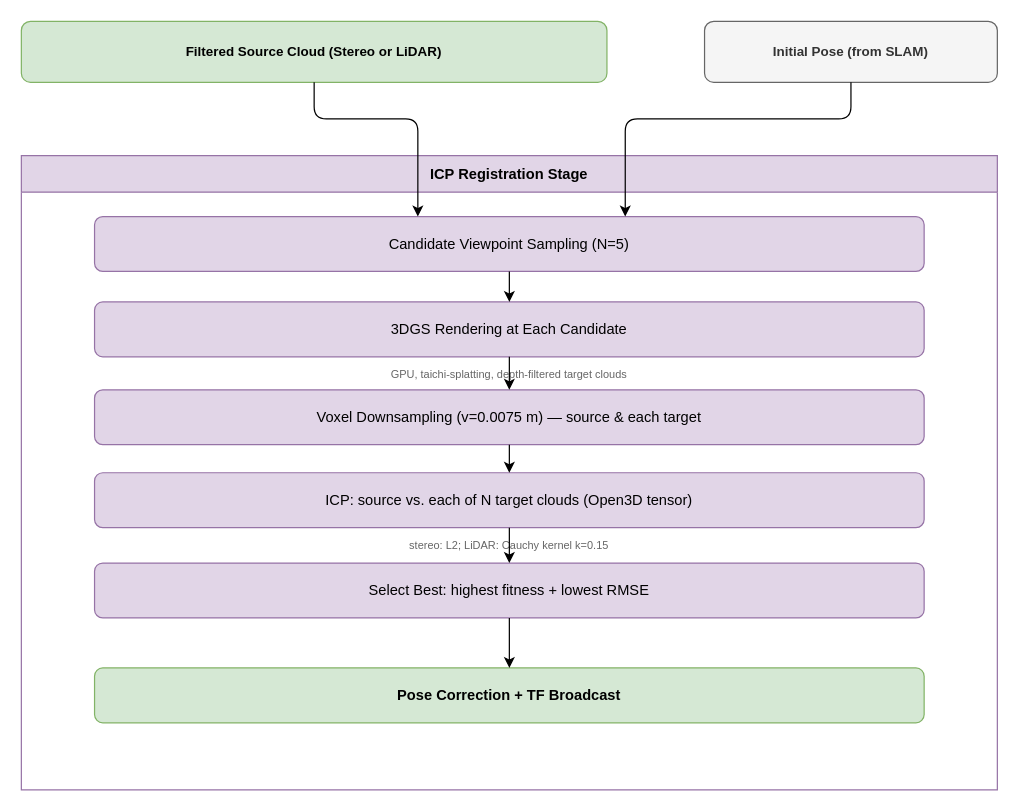
philipStenger/masters-thesis keeps this draw.io diagram as 4-precise-alignment/4-methodology/figures/pa-pipeline-icp.drawio. Above is the earlier version. Source tidied: cells renumbered, new cells numbered last; positions are measured from the earlier drawing's top-left corner, leaving out a move shared by most shapes. Both pictures are drawn from the tidied source at 122%, with x=0, y=0 at pixel (21, 21).
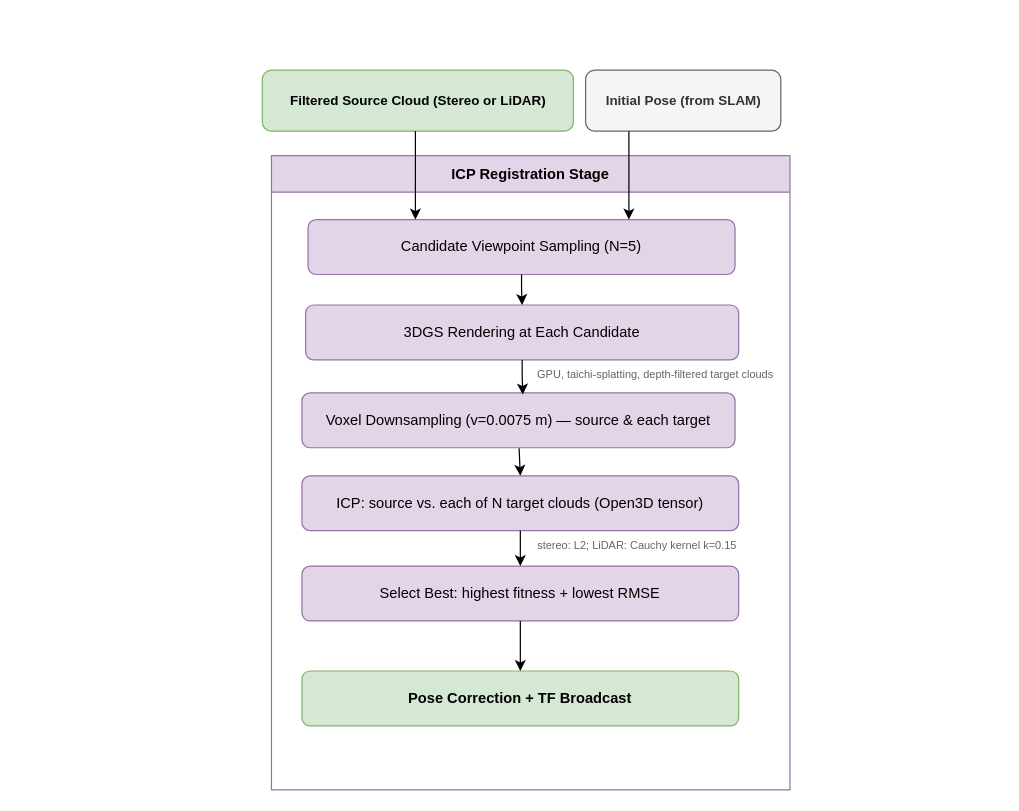
After the change.

What changed in the source:
```diff
@@
     <mxCell id="2" value="Filtered Source Cloud (Stereo or LiDAR)" style="rounded=1;whiteSpace=wrap;html=1;fillColor=#d5e8d4;strokeColor=#82b366;fontStyle=1;fontSize=11;" parent="1" vertex="1">
-      <mxGeometry width="480" height="50" as="geometry" />
+      <mxGeometry x="197.5" y="40" width="255" height="50" as="geometry" />
     </mxCell>
     <mxCell id="3" value="Initial Pose (from SLAM)" style="rounded=1;whiteSpace=wrap;html=1;fillColor=#f5f5f5;strokeColor=#666666;fontColor=#333333;fontStyle=1;fontSize=11;" parent="1" vertex="1">
-      <mxGeometry x="560" width="240" height="50" as="geometry" />
+      <mxGeometry x="462.5" y="40" width="160" height="50" as="geometry" />
     </mxCell>
     <mxCell id="4" value="ICP Registration Stage" style="swimlane;startSize=30;fillColor=#e1d5e7;strokeColor=#9673a6;fontStyle=1;fontSize=12;" parent="1" vertex="1">
-      <mxGeometry y="110" width="800" height="520" as="geometry" />
+      <mxGeometry x="205" y="110" width="425" height="520" as="geometry" />
     </mxCell>
+    <mxCell id="7" value="GPU, taichi-splatting, depth-filtered target clouds" style="text;html=1;align=center;verticalAlign=top;whiteSpace=wrap;rounded=0;fontSize=9;fontColor=#666666;" parent="4" vertex="1">
+      <mxGeometry x="60" y="168" width="510" height="16" as="geometry" />
+    </mxCell>
+    <mxCell id="10" value="stereo: L2; LiDAR: Cauchy kernel k=0.15" style="text;html=1;align=center;verticalAlign=top;whiteSpace=wrap;rounded=0;fontSize=9;fontColor=#666666;" parent="4" vertex="1">
+      <mxGeometry x="60" y="308" width="480" height="16" as="geometry" />
+    </mxCell>
     <mxCell id="5" value="Candidate Viewpoint Sampling (N=5)" style="rounded=1;whiteSpace=wrap;html=1;fillColor=#e1d5e7;strokeColor=#9673a6;" parent="4" vertex="1">
-      <mxGeometry x="60" y="50" width="680" height="45" as="geometry" />
+      <mxGeometry x="30" y="52.5" width="350" height="45" as="geometry" />
     </mxCell>
     <mxCell id="6" value="3DGS Rendering at Each Candidate" style="rounded=1;whiteSpace=wrap;html=1;fillColor=#e1d5e7;strokeColor=#9673a6;" parent="4" vertex="1">
-      <mxGeometry x="60" y="120" width="680" height="45" as="geometry" />
+      <mxGeometry x="28" y="122.5" width="355" height="45" as="geometry" />
     </mxCell>
-    <mxCell id="7" value="GPU, taichi-splatting, depth-filtered target clouds" style="text;html=1;align=center;verticalAlign=top;whiteSpace=wrap;rounded=0;fontSize=9;fontColor=#666666;" parent="4" vertex="1">
-      <mxGeometry x="60" y="168" width="680" height="16" as="geometry" />
-    </mxCell>
     <mxCell id="8" value="Voxel Downsampling (v=0.0075 m) — source &amp; each target" style="rounded=1;whiteSpace=wrap;html=1;fillColor=#e1d5e7;strokeColor=#9673a6;" parent="4" vertex="1">
-      <mxGeometry x="60" y="192" width="680" height="45" as="geometry" />
+      <mxGeometry x="25" y="194.5" width="355" height="45" as="geometry" />
     </mxCell>
     <mxCell id="9" value="ICP: source vs. each of N target clouds (Open3D tensor)" style="rounded=1;whiteSpace=wrap;html=1;fillColor=#e1d5e7;strokeColor=#9673a6;" parent="4" vertex="1">
-      <mxGeometry x="60" y="260" width="680" height="45" as="geometry" />
+      <mxGeometry x="25" y="262.5" width="358" height="45" as="geometry" />
     </mxCell>
-    <mxCell id="10" value="stereo: L2; LiDAR: Cauchy kernel k=0.15" style="text;html=1;align=center;verticalAlign=top;whiteSpace=wrap;rounded=0;fontSize=9;fontColor=#666666;" parent="4" vertex="1">
-      <mxGeometry x="60" y="308" width="680" height="16" as="geometry" />
-    </mxCell>
     <mxCell id="11" value="Select Best: highest fitness + lowest RMSE" style="rounded=1;whiteSpace=wrap;html=1;fillColor=#e1d5e7;strokeColor=#9673a6;" parent="4" vertex="1">
-      <mxGeometry x="60" y="334" width="680" height="45" as="geometry" />
+      <mxGeometry x="25" y="336.5" width="358" height="45" as="geometry" />
     </mxCell>
     <mxCell id="12" value="Pose Correction + TF Broadcast" style="rounded=1;whiteSpace=wrap;html=1;fillColor=#d5e8d4;strokeColor=#82b366;fontStyle=1;" parent="4" vertex="1">
-      <mxGeometry x="60" y="420" width="680" height="45" as="geometry" />
+      <mxGeometry x="25" y="422.5" width="358" height="45" as="geometry" />
     </mxCell>
-    <mxCell id="13" style="edgeStyle=orthogonalEdgeStyle;" parent="1" edge="1" source="2" target="5">
-      <mxGeometry relative="1" as="geometry">
-        <Array as="points">
-          <mxPoint x="240" y="80" />
-          <mxPoint x="325" y="80" />
-        </Array>
-      </mxGeometry>
-    </mxCell>
-    <mxCell id="14" style="edgeStyle=orthogonalEdgeStyle;" parent="1" edge="1" source="3" target="5">
-      <mxGeometry relative="1" as="geometry">
-        <Array as="points">
-          <mxPoint x="680" y="80" />
-          <mxPoint x="495" y="80" />
-        </Array>
-      </mxGeometry>
-    </mxCell>
-    <mxCell id="15" style="edgeStyle=orthogonalEdgeStyle;" parent="1" edge="1" source="5" target="6">
+    <mxCell id="15" style="edgeStyle=orthogonalEdgeStyle;" parent="4" edge="1" source="5" target="6">
       <mxGeometry relative="1" as="geometry" />
     </mxCell>
-    <mxCell id="16" style="edgeStyle=orthogonalEdgeStyle;" parent="1" edge="1" source="6" target="8">
+    <mxCell id="16" style="edgeStyle=orthogonalEdgeStyle;entryX=0.51;entryY=0.032;entryDx=0;entryDy=0;entryPerimeter=0;" parent="4" edge="1" source="6" target="8">
       <mxGeometry relative="1" as="geometry" />
     </mxCell>
-    <mxCell id="17" style="edgeStyle=orthogonalEdgeStyle;" parent="1" edge="1" source="8" target="9">
-      <mxGeometry relative="1" as="geometry" />
+    <mxCell id="17" style="edgeStyle=orthogonalEdgeStyle;entryX=0.5;entryY=0;entryDx=0;entryDy=0;" parent="4" edge="1" target="9">
+      <mxGeometry relative="1" as="geometry">
+        <mxPoint x="203" y="240" as="sourcePoint" />
+      </mxGeometry>
     </mxCell>
-    <mxCell id="18" style="edgeStyle=orthogonalEdgeStyle;" parent="1" edge="1" source="9" target="11">
+    <mxCell id="18" style="edgeStyle=orthogonalEdgeStyle;" parent="4" edge="1" source="9" target="11">
       <mxGeometry relative="1" as="geometry" />
     </mxCell>
-    <mxCell id="19" style="edgeStyle=orthogonalEdgeStyle;" parent="1" edge="1" source="11" target="12">
+    <mxCell id="19" style="edgeStyle=orthogonalEdgeStyle;" parent="4" edge="1" source="11" target="12">
       <mxGeometry relative="1" as="geometry" />
     </mxCell>
+    <mxCell id="13" style="edgeStyle=elbowEdgeStyle;html=1;entryX=0.25;entryY=0;entryDx=0;entryDy=0;" parent="1" edge="1" source="2" target="5">
+      <mxGeometry relative="1" as="geometry" />
+    </mxCell>
+    <mxCell id="14" style="edgeStyle=elbowEdgeStyle;html=1;entryX=0.75;entryY=0;entryDx=0;entryDy=0;" parent="1" edge="1" source="3" target="5">
+      <mxGeometry relative="1" as="geometry" />
+    </mxCell>
```
